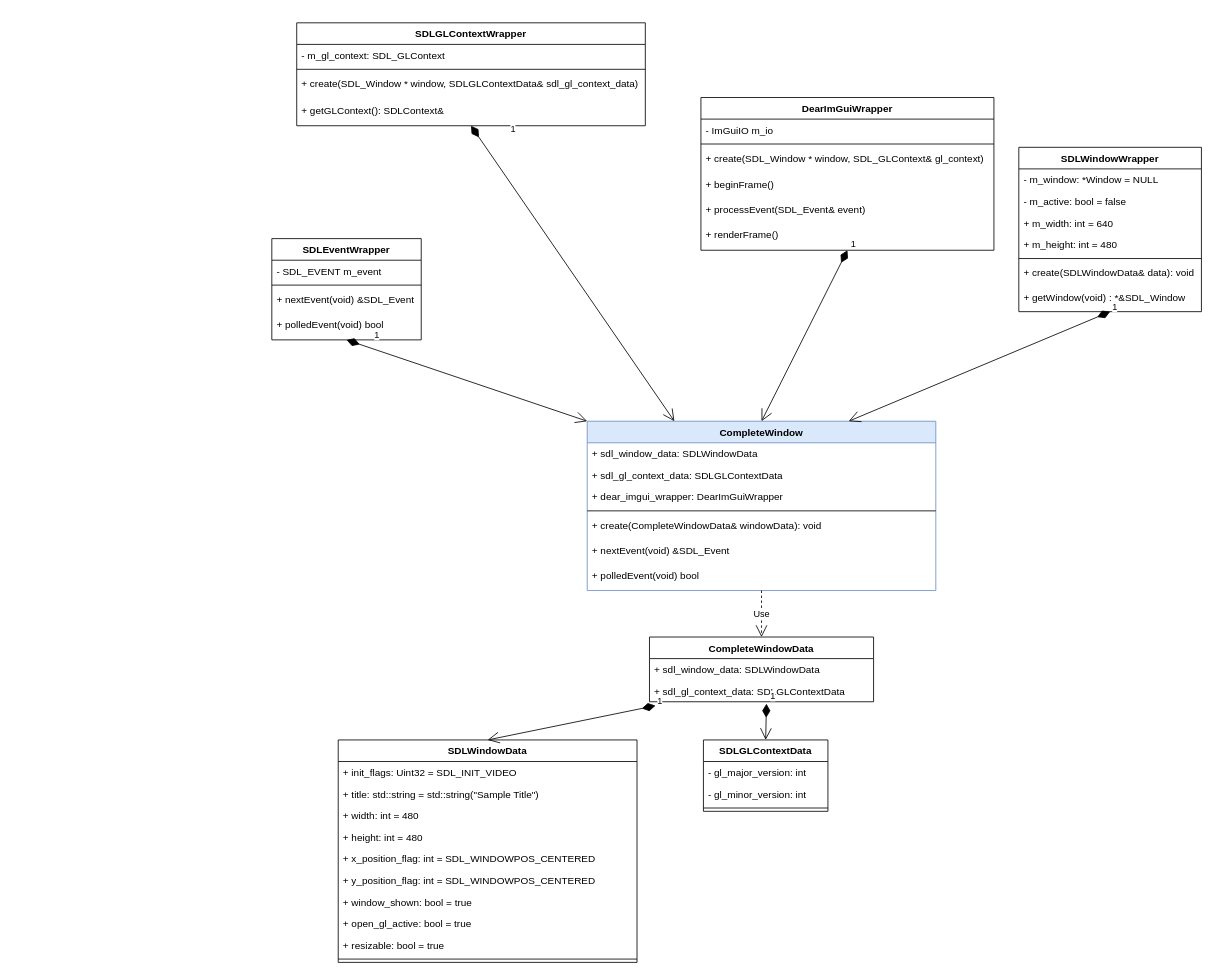
Earlier version of the draw.io diagram page "CompleteWindowSubSystem" (5 of 15) of docs/in_dev/Design/Total System Design.drawio (AntonyA3/Games-Engine). Source tidied: cells renumbered, new cells numbered last; positions are measured from the earlier drawing's top-left corner, leaving out a move shared by most shapes. Both pictures are drawn from the tidied source at 83%, with x=0, y=0 at pixel (271, 22).
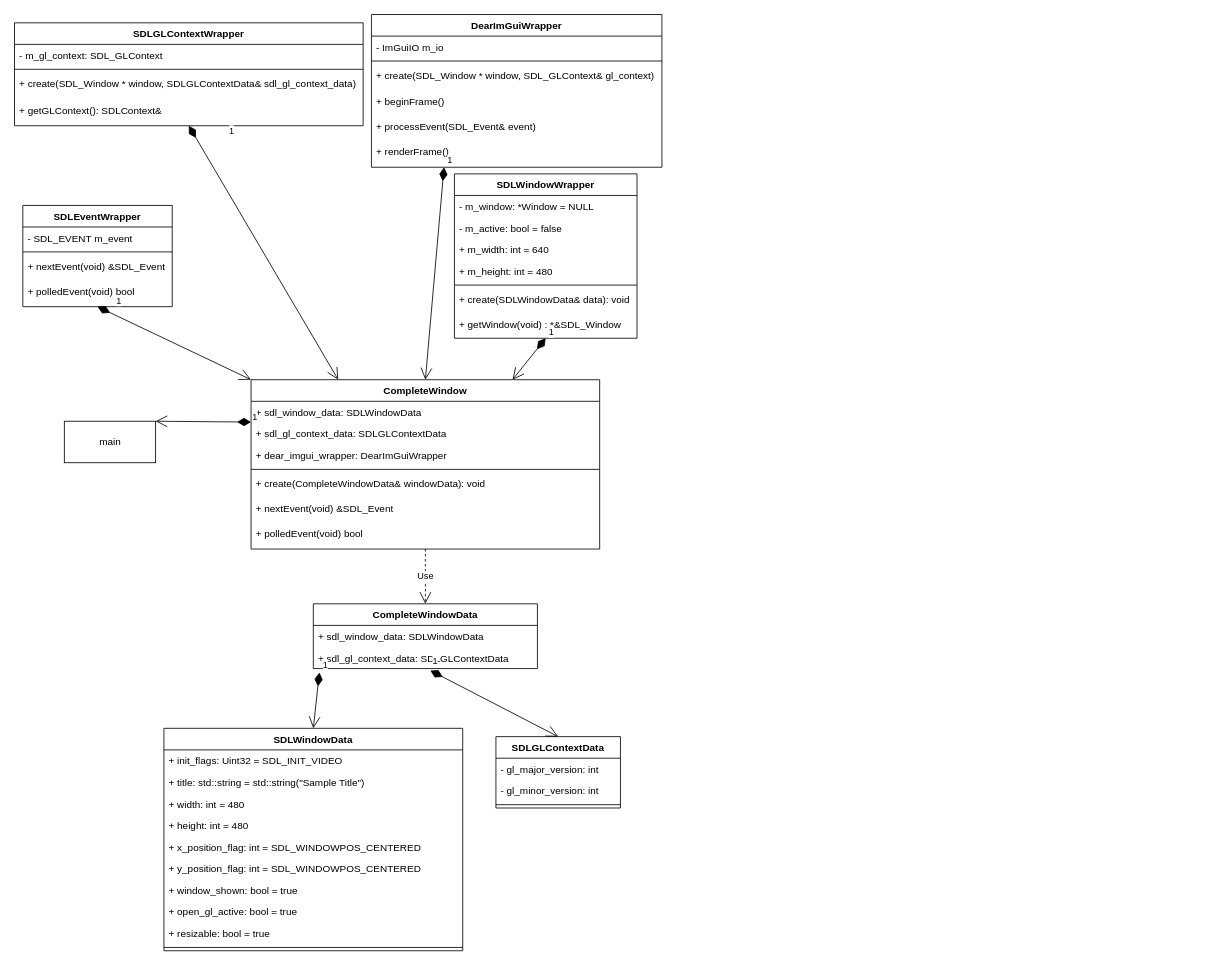
The same diagram, later.

Diff of the diagram source:
```diff
@@
     <mxCell id="2" value="SDLWindowWrapper" style="swimlane;fontStyle=1;align=center;verticalAlign=top;horizontal=1;startSize=26;" parent="1" vertex="1">
-      <mxGeometry x="900" y="150" width="220" height="198" as="geometry" />
+      <mxGeometry x="220" y="182" width="220" height="198" as="geometry" />
     </mxCell>
@@
     <mxCell id="10" value="SDLEventWrapper" style="swimlane;fontStyle=1;align=center;verticalAlign=top;horizontal=1;startSize=26;" parent="1" vertex="1">
-      <mxGeometry y="260" width="180" height="122" as="geometry" />
+      <mxGeometry x="-300" y="220" width="180" height="122" as="geometry" />
     </mxCell>
@@
     <mxCell id="15" value="DearImGuiWrapper" style="swimlane;fontStyle=1;align=center;verticalAlign=top;horizontal=1;startSize=26;" parent="1" vertex="1">
-      <mxGeometry x="517" y="90" width="353" height="184" as="geometry" />
+      <mxGeometry x="120" y="-10" width="350" height="184" as="geometry" />
     </mxCell>
     <mxCell id="16" value="- ImGuiIO m_io" style="text;strokeColor=none;fillColor=none;align=left;verticalAlign=top;spacingLeft=4;spacingRight=4;overflow=hidden;" parent="15" vertex="1">
-      <mxGeometry y="26" width="353" height="26" as="geometry" />
+      <mxGeometry y="26" width="350" height="26" as="geometry" />
     </mxCell>
     <mxCell id="17" style="line;strokeWidth=1;fillColor=none;align=left;verticalAlign=middle;spacingTop=-1;spacingLeft=3;spacingRight=3;labelPosition=right;" parent="15" vertex="1">
-      <mxGeometry y="52" width="353" height="8" as="geometry" />
+      <mxGeometry y="52" width="350" height="8" as="geometry" />
     </mxCell>
     <mxCell id="18" value="+ create(SDL_Window * window, SDL_GLContext&amp; gl_context)" style="text;strokeColor=none;fillColor=none;align=left;verticalAlign=top;spacingLeft=4;spacingRight=4;overflow=hidden;" parent="15" vertex="1">
-      <mxGeometry y="60" width="353" height="32" as="geometry" />
+      <mxGeometry y="60" width="350" height="32" as="geometry" />
     </mxCell>
     <mxCell id="19" value="+ beginFrame()" style="text;strokeColor=none;fillColor=none;align=left;verticalAlign=top;spacingLeft=4;spacingRight=4;overflow=hidden;" parent="15" vertex="1">
-      <mxGeometry y="92" width="353" height="30" as="geometry" />
+      <mxGeometry y="92" width="350" height="30" as="geometry" />
     </mxCell>
     <mxCell id="20" value="+ processEvent(SDL_Event&amp; event)" style="text;strokeColor=none;fillColor=none;align=left;verticalAlign=top;spacingLeft=4;spacingRight=4;overflow=hidden;" parent="15" vertex="1">
-      <mxGeometry y="122" width="353" height="30" as="geometry" />
+      <mxGeometry y="122" width="350" height="30" as="geometry" />
     </mxCell>
     <mxCell id="21" value="+ renderFrame()" style="text;strokeColor=none;fillColor=none;align=left;verticalAlign=top;spacingLeft=4;spacingRight=4;overflow=hidden;" parent="15" vertex="1">
-      <mxGeometry y="152" width="353" height="32" as="geometry" />
+      <mxGeometry y="152" width="350" height="32" as="geometry" />
     </mxCell>
     <mxCell id="22" value="SDLGLContextWrapper" style="swimlane;fontStyle=1;align=center;verticalAlign=top;horizontal=1;startSize=26;" parent="1" vertex="1">
-      <mxGeometry x="30" width="420" height="124" as="geometry" />
+      <mxGeometry x="-310" width="420" height="124" as="geometry" />
     </mxCell>
@@
     <mxCell id="27" value="SDLGLContextData" style="swimlane;fontStyle=1;align=center;verticalAlign=top;horizontal=1;startSize=26;" parent="1" vertex="1">
-      <mxGeometry x="520" y="864" width="150" height="86" as="geometry" />
+      <mxGeometry x="270" y="860" width="150" height="86" as="geometry" />
     </mxCell>
@@
     <mxCell id="31" value="SDLWindowData" style="swimlane;fontStyle=1;align=center;verticalAlign=top;horizontal=1;startSize=26;" parent="1" vertex="1">
-      <mxGeometry x="80" y="864" width="360" height="268" as="geometry" />
+      <mxGeometry x="-130" y="850" width="360" height="268" as="geometry" />
     </mxCell>
@@
     <mxCell id="42" value="CompleteWindowData" style="swimlane;fontStyle=1;align=center;verticalAlign=top;horizontal=1;startSize=26;" parent="1" vertex="1">
-      <mxGeometry x="455" y="740" width="270" height="78" as="geometry" />
+      <mxGeometry x="50" y="700" width="270" height="78" as="geometry" />
     </mxCell>
@@
-    <mxCell id="46" value="CompleteWindow" style="swimlane;fontStyle=1;align=center;verticalAlign=top;horizontal=1;startSize=26;fillColor=#dae8fc;strokeColor=#6c8ebf;" parent="1" vertex="1">
-      <mxGeometry x="380" y="480" width="420" height="204" as="geometry" />
+    <mxCell id="46" value="CompleteWindow" style="swimlane;fontStyle=1;align=center;verticalAlign=top;horizontal=1;startSize=26;" parent="1" vertex="1">
+      <mxGeometry x="-25" y="430" width="420" height="204" as="geometry" />
     </mxCell>
@@
-    <mxCell id="56" value="1" style="endArrow=open;html=1;endSize=12;startArrow=diamondThin;startSize=14;startFill=1;align=left;verticalAlign=bottom;rounded=0;exitX=0.5;exitY=1;exitDx=0;exitDy=0;entryX=0.5;entryY=0;entryDx=0;entryDy=0;" parent="1" edge="1" source="15" target="46">
+    <mxCell id="56" value="1" style="endArrow=open;html=1;endSize=12;startArrow=diamondThin;startSize=14;startFill=1;align=left;verticalAlign=bottom;rounded=0;entryX=0.5;entryY=0;entryDx=0;entryDy=0;exitX=0.25;exitY=1;exitDx=0;exitDy=0;" parent="1" edge="1" source="15" target="46">
       <mxGeometry x="-1" y="3" relative="1" as="geometry" />
     </mxCell>
@@
+    <mxCell id="60" value="main" style="html=1;" parent="1" vertex="1">
+      <mxGeometry x="-250" y="480" width="110" height="50" as="geometry" />
+    </mxCell>
+    <mxCell id="61" value="1" style="endArrow=open;html=1;endSize=12;startArrow=diamondThin;startSize=14;startFill=1;align=left;verticalAlign=bottom;rounded=0;entryX=1;entryY=0;entryDx=0;entryDy=0;exitX=0;exitY=0.25;exitDx=0;exitDy=0;" parent="1" edge="1" source="46" target="60">
+      <mxGeometry x="-1" y="3" relative="1" as="geometry" />
+    </mxCell>
```
